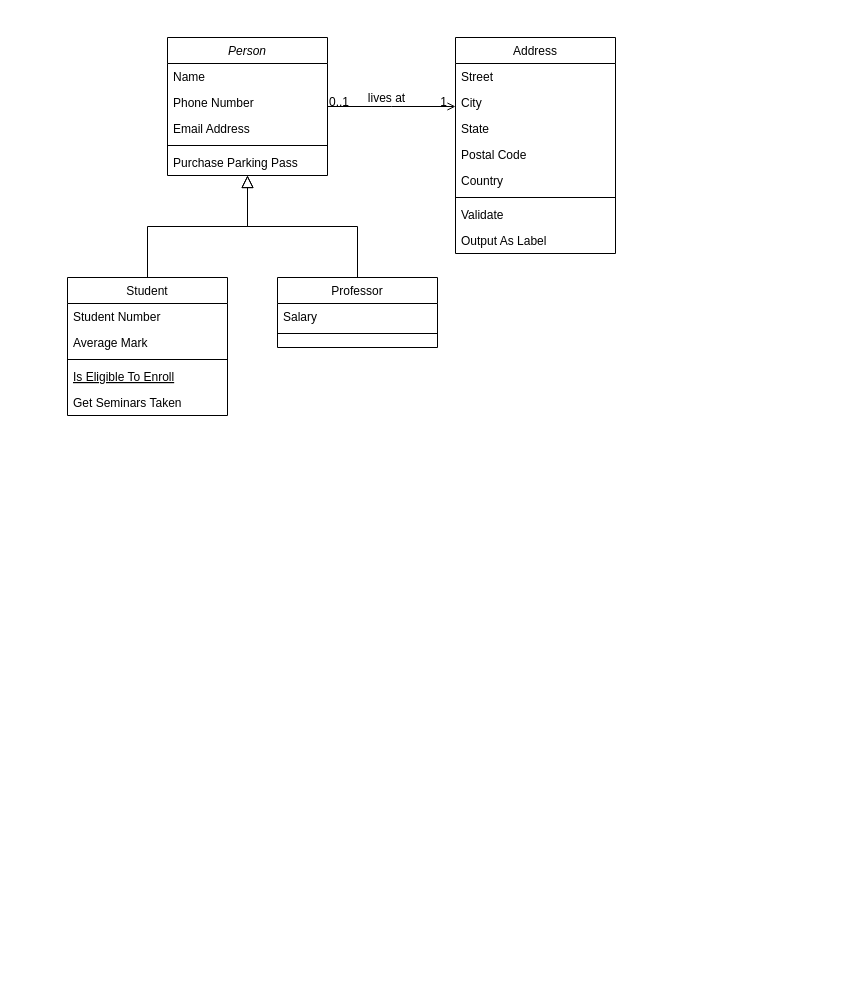
HENRYTONY5/POOEJEMPLOS1 keeps this draw.io diagram as Diagrama sin título.drawio. Above is the earlier version. Source tidied: cells renumbered, new cells numbered last; positions are measured from the earlier drawing's top-left corner, leaving out a move shared by most shapes. Both pictures are drawn from the tidied source at 100%, with x=0, y=0 at pixel (67, 37).
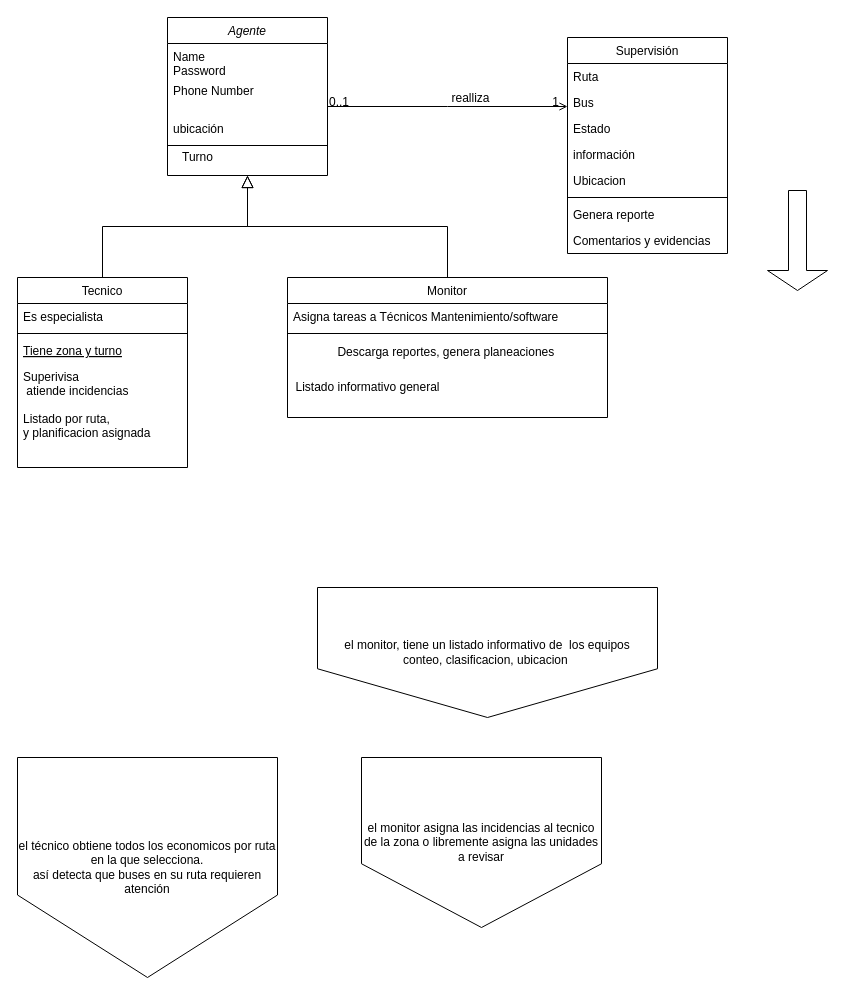
After the change.

Unchanged cells that the change refers to:
```xml
<mxCell id="28" style="endArrow=open;shadow=0;strokeWidth=1;rounded=0;endFill=1;edgeStyle=elbowEdgeStyle;elbow=vertical;" parent="1" edge="1" source="2" target="19">
  <mxGeometry x="0.5" y="41" relative="1" as="geometry">
    <mxPoint x="-40" y="32" as="offset" />
  </mxGeometry>
</mxCell>
```

What changed in the source:
```diff
@@
-    <mxCell id="2" value="Person" style="swimlane;fontStyle=2;align=center;verticalAlign=top;horizontal=1;startSize=26;rounded=0;shadow=0;strokeWidth=1;" parent="1" vertex="1">
-      <mxGeometry x="100" width="160" height="138" as="geometry" />
+    <mxCell id="2" value="Agente" style="swimlane;fontStyle=2;align=center;verticalAlign=top;horizontal=1;startSize=26;rounded=0;shadow=0;strokeWidth=1;" parent="1" vertex="1">
+      <mxGeometry x="100" y="-20" width="160" height="158" as="geometry" />
     </mxCell>
-    <mxCell id="3" value="Name" style="text;align=left;verticalAlign=top;spacingLeft=4;spacingRight=4;overflow=hidden;" parent="2" vertex="1">
-      <mxGeometry y="26" width="160" height="26" as="geometry" />
+    <mxCell id="3" value="Name&#10;Password" style="text;align=left;verticalAlign=top;spacingLeft=4;spacingRight=4;overflow=hidden;" parent="2" vertex="1">
+      <mxGeometry y="26" width="160" height="34" as="geometry" />
     </mxCell>
     <mxCell id="4" value="Phone Number" style="text;align=left;verticalAlign=top;spacingLeft=4;spacingRight=4;overflow=hidden;rounded=0;shadow=0;html=0;" parent="2" vertex="1">
-      <mxGeometry y="52" width="160" height="26" as="geometry" />
+      <mxGeometry y="60" width="160" height="38" as="geometry" />
     </mxCell>
-    <mxCell id="5" value="Email Address" style="text;align=left;verticalAlign=top;spacingLeft=4;spacingRight=4;overflow=hidden;rounded=0;shadow=0;html=0;" parent="2" vertex="1">
-      <mxGeometry y="78" width="160" height="26" as="geometry" />
+    <mxCell id="5" value="ubicación" style="text;align=left;verticalAlign=top;spacingLeft=4;spacingRight=4;overflow=hidden;rounded=0;shadow=0;html=0;" parent="2" vertex="1">
+      <mxGeometry y="98" width="160" height="26" as="geometry" />
     </mxCell>
     <mxCell id="6" style="line;html=1;strokeWidth=1;align=left;verticalAlign=middle;spacingTop=-1;spacingLeft=3;spacingRight=3;labelPosition=right;" parent="2" vertex="1">
-      <mxGeometry y="104" width="160" height="8" as="geometry" />
+      <mxGeometry y="124" width="160" height="8" as="geometry" />
     </mxCell>
-    <mxCell id="7" value="Purchase Parking Pass" style="text;align=left;verticalAlign=top;spacingLeft=4;spacingRight=4;overflow=hidden;" parent="2" vertex="1">
-      <mxGeometry y="112" width="160" height="26" as="geometry" />
-    </mxCell>
-    <mxCell id="8" value="Student" style="swimlane;fontStyle=0;align=center;verticalAlign=top;horizontal=1;startSize=26;rounded=0;shadow=0;strokeWidth=1;" parent="1" vertex="1">
-      <mxGeometry y="240" width="160" height="138" as="geometry" />
+    <mxCell id="8" value="Tecnico" style="swimlane;fontStyle=0;align=center;verticalAlign=top;horizontal=1;startSize=26;rounded=0;shadow=0;strokeWidth=1;" parent="1" vertex="1">
+      <mxGeometry x="-50" y="240" width="170" height="190" as="geometry" />
     </mxCell>
-    <mxCell id="9" value="Student Number" style="text;align=left;verticalAlign=top;spacingLeft=4;spacingRight=4;overflow=hidden;" parent="8" vertex="1">
-      <mxGeometry y="26" width="160" height="26" as="geometry" />
-    </mxCell>
-    <mxCell id="10" value="Average Mark" style="text;align=left;verticalAlign=top;spacingLeft=4;spacingRight=4;overflow=hidden;rounded=0;shadow=0;html=0;" parent="8" vertex="1">
-      <mxGeometry y="52" width="160" height="26" as="geometry" />
+    <mxCell id="10" value="Es especialista" style="text;align=left;verticalAlign=top;spacingLeft=4;spacingRight=4;overflow=hidden;rounded=0;shadow=0;html=0;" parent="8" vertex="1">
+      <mxGeometry y="26" width="170" height="26" as="geometry" />
     </mxCell>
     <mxCell id="11" style="line;html=1;strokeWidth=1;align=left;verticalAlign=middle;spacingTop=-1;spacingLeft=3;spacingRight=3;labelPosition=right;" parent="8" vertex="1">
-      <mxGeometry y="78" width="160" height="8" as="geometry" />
+      <mxGeometry y="52" width="170" height="8" as="geometry" />
     </mxCell>
-    <mxCell id="12" value="Is Eligible To Enroll" style="text;align=left;verticalAlign=top;spacingLeft=4;spacingRight=4;overflow=hidden;fontStyle=4;" parent="8" vertex="1">
-      <mxGeometry y="86" width="160" height="26" as="geometry" />
+    <mxCell id="12" value="Tiene zona y turno" style="text;align=left;verticalAlign=top;spacingLeft=4;spacingRight=4;overflow=hidden;fontStyle=4;" parent="8" vertex="1">
+      <mxGeometry y="60" width="170" height="26" as="geometry" />
     </mxCell>
-    <mxCell id="13" value="Get Seminars Taken" style="text;align=left;verticalAlign=top;spacingLeft=4;spacingRight=4;overflow=hidden;" parent="8" vertex="1">
-      <mxGeometry y="112" width="160" height="26" as="geometry" />
+    <mxCell id="13" value="Superivisa &#10; atiende incidencias&#10;&#10;Listado por ruta, &#10;y planificacion asignada" style="text;align=left;verticalAlign=top;spacingLeft=4;spacingRight=4;overflow=hidden;" parent="8" vertex="1">
+      <mxGeometry y="86" width="170" height="94" as="geometry" />
     </mxCell>
@@
-    <mxCell id="15" value="Professor" style="swimlane;fontStyle=0;align=center;verticalAlign=top;horizontal=1;startSize=26;rounded=0;shadow=0;strokeWidth=1;" parent="1" vertex="1">
-      <mxGeometry x="210" y="240" width="160" height="70" as="geometry" />
+    <mxCell id="15" value="Monitor" style="swimlane;fontStyle=0;align=center;verticalAlign=top;horizontal=1;startSize=26;rounded=0;shadow=0;strokeWidth=1;" parent="1" vertex="1">
+      <mxGeometry x="220" y="240" width="320" height="140" as="geometry" />
     </mxCell>
-    <mxCell id="16" value="Salary" style="text;align=left;verticalAlign=top;spacingLeft=4;spacingRight=4;overflow=hidden;" parent="15" vertex="1">
-      <mxGeometry y="26" width="160" height="26" as="geometry" />
+    <mxCell id="16" value="Asigna tareas a Técnicos Mantenimiento/software" style="text;align=left;verticalAlign=top;spacingLeft=4;spacingRight=4;overflow=hidden;" parent="15" vertex="1">
+      <mxGeometry y="26" width="320" height="26" as="geometry" />
     </mxCell>
     <mxCell id="17" style="line;html=1;strokeWidth=1;align=left;verticalAlign=middle;spacingTop=-1;spacingLeft=3;spacingRight=3;labelPosition=right;" parent="15" vertex="1">
-      <mxGeometry y="52" width="160" height="8" as="geometry" />
+      <mxGeometry y="52" width="320" height="8" as="geometry" />
     </mxCell>
+    <mxCell id="32" value="Descarga reportes, genera planeaciones&amp;nbsp;&lt;br&gt;" style="text;html=1;align=center;verticalAlign=middle;strokeColor=none;fillColor=none;" parent="15" vertex="1">
+      <mxGeometry y="60" width="320" height="30" as="geometry" />
+    </mxCell>
@@
-    <mxCell id="19" value="Address" style="swimlane;fontStyle=0;align=center;verticalAlign=top;horizontal=1;startSize=26;rounded=0;shadow=0;strokeWidth=1;" parent="1" vertex="1">
-      <mxGeometry x="388" width="160" height="216" as="geometry" />
+    <mxCell id="19" value="Supervisión" style="swimlane;fontStyle=0;align=center;verticalAlign=top;horizontal=1;startSize=26;rounded=0;shadow=0;strokeWidth=1;" parent="1" vertex="1">
+      <mxGeometry x="500" width="160" height="216" as="geometry" />
     </mxCell>
-    <mxCell id="20" value="Street" style="text;align=left;verticalAlign=top;spacingLeft=4;spacingRight=4;overflow=hidden;" parent="19" vertex="1">
+    <mxCell id="20" value="Ruta" style="text;align=left;verticalAlign=top;spacingLeft=4;spacingRight=4;overflow=hidden;" parent="19" vertex="1">
       <mxGeometry y="26" width="160" height="26" as="geometry" />
     </mxCell>
-    <mxCell id="21" value="City" style="text;align=left;verticalAlign=top;spacingLeft=4;spacingRight=4;overflow=hidden;rounded=0;shadow=0;html=0;" parent="19" vertex="1">
+    <mxCell id="21" value="Bus" style="text;align=left;verticalAlign=top;spacingLeft=4;spacingRight=4;overflow=hidden;rounded=0;shadow=0;html=0;" parent="19" vertex="1">
       <mxGeometry y="52" width="160" height="26" as="geometry" />
     </mxCell>
-    <mxCell id="22" value="State" style="text;align=left;verticalAlign=top;spacingLeft=4;spacingRight=4;overflow=hidden;rounded=0;shadow=0;html=0;" parent="19" vertex="1">
+    <mxCell id="22" value="Estado" style="text;align=left;verticalAlign=top;spacingLeft=4;spacingRight=4;overflow=hidden;rounded=0;shadow=0;html=0;" parent="19" vertex="1">
       <mxGeometry y="78" width="160" height="26" as="geometry" />
     </mxCell>
-    <mxCell id="23" value="Postal Code" style="text;align=left;verticalAlign=top;spacingLeft=4;spacingRight=4;overflow=hidden;rounded=0;shadow=0;html=0;" parent="19" vertex="1">
+    <mxCell id="23" value="información" style="text;align=left;verticalAlign=top;spacingLeft=4;spacingRight=4;overflow=hidden;rounded=0;shadow=0;html=0;" parent="19" vertex="1">
       <mxGeometry y="104" width="160" height="26" as="geometry" />
     </mxCell>
-    <mxCell id="24" value="Country" style="text;align=left;verticalAlign=top;spacingLeft=4;spacingRight=4;overflow=hidden;rounded=0;shadow=0;html=0;" parent="19" vertex="1">
+    <mxCell id="24" value="Ubicacion" style="text;align=left;verticalAlign=top;spacingLeft=4;spacingRight=4;overflow=hidden;rounded=0;shadow=0;html=0;" parent="19" vertex="1">
       <mxGeometry y="130" width="160" height="26" as="geometry" />
     </mxCell>
@@
-    <mxCell id="26" value="Validate" style="text;align=left;verticalAlign=top;spacingLeft=4;spacingRight=4;overflow=hidden;" parent="19" vertex="1">
+    <mxCell id="26" value="Genera reporte" style="text;align=left;verticalAlign=top;spacingLeft=4;spacingRight=4;overflow=hidden;" parent="19" vertex="1">
       <mxGeometry y="164" width="160" height="26" as="geometry" />
     </mxCell>
-    <mxCell id="27" value="Output As Label" style="text;align=left;verticalAlign=top;spacingLeft=4;spacingRight=4;overflow=hidden;" parent="19" vertex="1">
+    <mxCell id="27" value="Comentarios y evidencias" style="text;align=left;verticalAlign=top;spacingLeft=4;spacingRight=4;overflow=hidden;" parent="19" vertex="1">
       <mxGeometry y="190" width="160" height="26" as="geometry" />
     </mxCell>
@@
-    <mxCell id="31" value="lives at" style="text;html=1;align=center;verticalAlign=middle;labelBackgroundColor=none;rounded=0;shadow=0;strokeWidth=1;fontSize=12;" parent="28" vertex="1">
+    <mxCell id="31" value="realliza" style="text;html=1;align=center;verticalAlign=middle;labelBackgroundColor=none;rounded=0;shadow=0;strokeWidth=1;fontSize=12;" parent="28" vertex="1">
       <mxGeometry x="0.5" y="49" relative="1" as="geometry">
         <mxPoint x="-38" y="40" as="offset" />
       </mxGeometry>
     </mxCell>
+    <mxCell id="33" value="el monitor asigna las incidencias al tecnico de la zona o libremente asigna las unidades a revisar" style="shape=offPageConnector;whiteSpace=wrap;html=1;" parent="1" vertex="1">
+      <mxGeometry x="294" y="720" width="240" height="170" as="geometry" />
+    </mxCell>
+    <mxCell id="34" value="el técnico obtiene todos los economicos por ruta en la que selecciona.&lt;br&gt;así detecta que buses en su ruta requieren atención" style="shape=offPageConnector;whiteSpace=wrap;html=1;" parent="1" vertex="1">
+      <mxGeometry x="-50" y="720" width="260" height="220" as="geometry" />
+    </mxCell>
+    <mxCell id="35" value="el monitor, tiene un listado informativo de&amp;nbsp; los equipos&lt;br&gt;conteo, clasificacion, ubicacion&amp;nbsp;" style="shape=offPageConnector;whiteSpace=wrap;html=1;" parent="1" vertex="1">
+      <mxGeometry x="250" y="550" width="340" height="130" as="geometry" />
+    </mxCell>
+    <mxCell id="36" value="Turno" style="text;html=1;align=center;verticalAlign=middle;strokeColor=none;fillColor=none;" parent="1" vertex="1">
+      <mxGeometry x="100" y="105" width="60" height="30" as="geometry" />
+    </mxCell>
+    <mxCell id="37" value="Listado informativo general" style="text;html=1;align=center;verticalAlign=middle;strokeColor=none;fillColor=none;" parent="1" vertex="1">
+      <mxGeometry x="215" y="335" width="170" height="30" as="geometry" />
+    </mxCell>
+    <mxCell id="38" style="shape=singleArrow;direction=south;whiteSpace=wrap;html=1;" parent="1" vertex="1">
+      <mxGeometry x="700" y="153" width="60" height="100" as="geometry" />
+    </mxCell>
```
